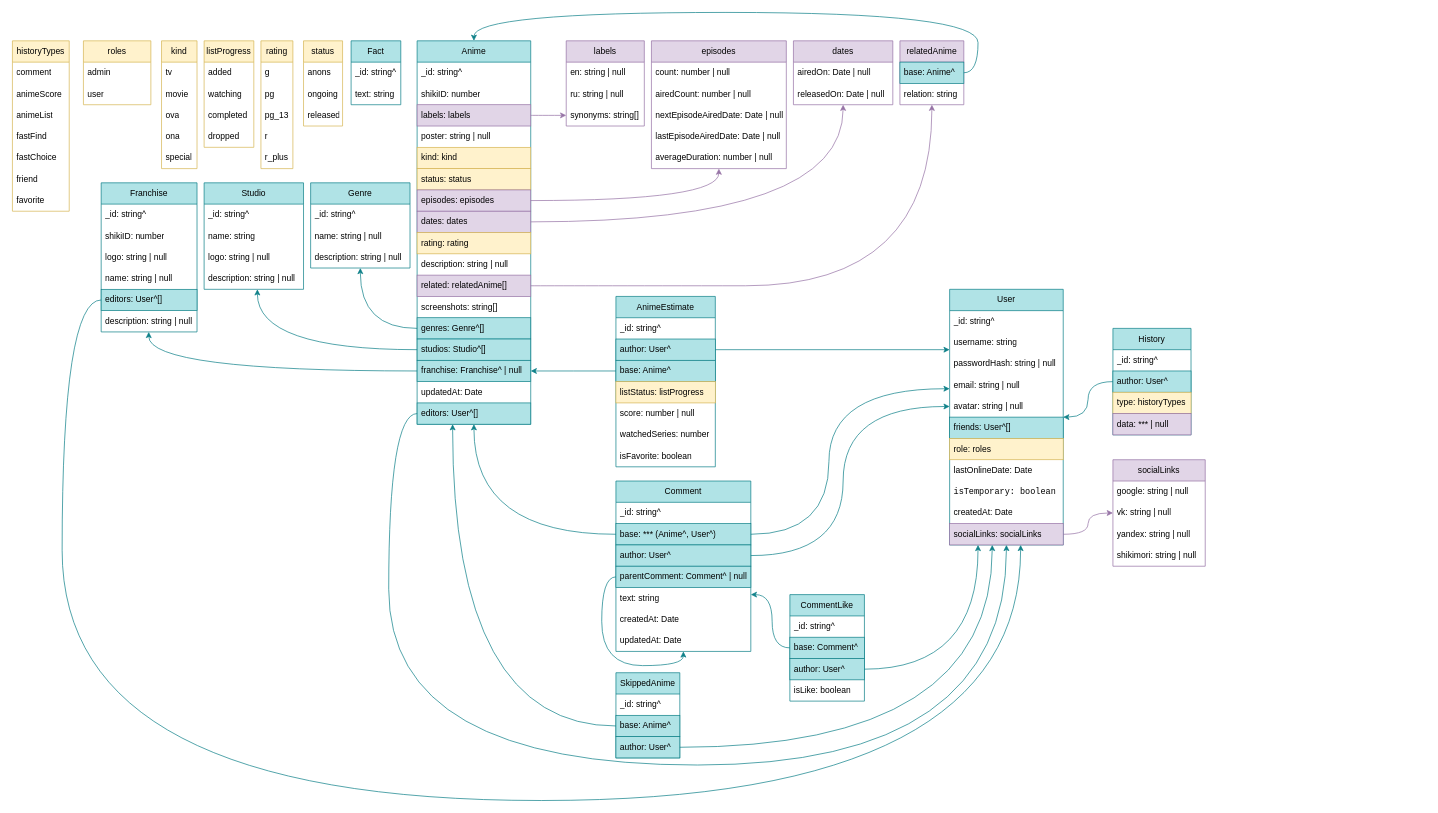
AmyGrooove/bisky-script keeps this draw.io diagram as public/biskyBD.drawio. Above is the earlier version. Source tidied: cells renumbered, new cells numbered last; positions are measured from the earlier drawing's top-left corner, leaving out a move shared by most shapes. Both pictures are drawn from the tidied source at 71%, with x=0, y=0 at pixel (12, 12).
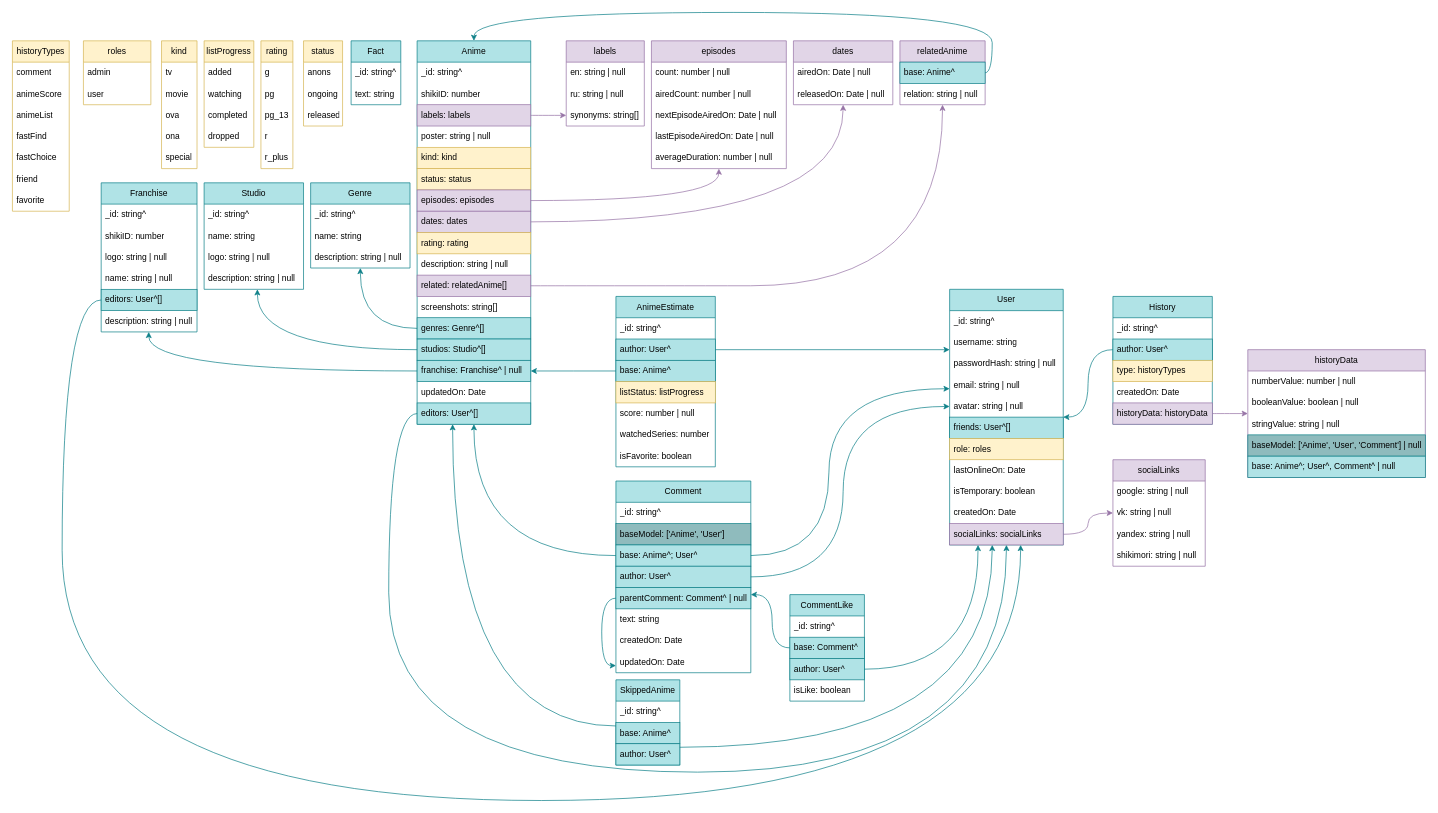
After the change.

The change refers to these unchanged cells:
```xml
<mxCell id="5" value="Genre" style="swimlane;fontStyle=0;horizontal=1;startSize=30;whiteSpace=wrap;html=1;fillColor=#b0e3e6;strokeColor=#0e8088;" parent="1" vertex="1">
  <mxGeometry x="420" y="240" width="140" height="120" as="geometry" />
</mxCell>
<mxCell id="30" value="Anime" style="swimlane;fontStyle=0;horizontal=1;startSize=30;whiteSpace=wrap;html=1;fillColor=#b0e3e6;strokeColor=#0e8088;" parent="1" vertex="1">
  <mxGeometry x="570" y="40" width="160" height="540" as="geometry" />
</mxCell>
<mxCell id="47" value="&lt;div style=&quot;text-align: center;&quot;&gt;&lt;span style=&quot;background-color: initial;&quot;&gt;editors: User^[]&lt;/span&gt;&lt;/div&gt;" style="text;strokeColor=#0e8088;fillColor=#b0e3e6;align=left;verticalAlign=middle;spacingLeft=4;spacingRight=4;overflow=hidden;points=[[0,0.5],[1,0.5]];portConstraint=eastwest;whiteSpace=wrap;html=1;" parent="30" vertex="1">
  <mxGeometry y="510" width="160" height="30" as="geometry" />
</mxCell>
<mxCell id="62" value="&lt;span style=&quot;text-align: left;&quot;&gt;episodes&lt;/span&gt;" style="swimlane;fontStyle=0;horizontal=1;startSize=30;whiteSpace=wrap;html=1;fillColor=#e1d5e7;strokeColor=#9673a6;" parent="1" vertex="1">
  <mxGeometry x="900" y="40" width="190" height="180" as="geometry" />
</mxCell>
<mxCell id="90" value="User" style="swimlane;fontStyle=0;horizontal=1;startSize=30;whiteSpace=wrap;html=1;fillColor=#b0e3e6;strokeColor=#0e8088;" parent="1" vertex="1">
  <mxGeometry x="1320" y="390" width="160" height="360" as="geometry" />
</mxCell>
```

Diff of the diagram source:
```diff
@@
-    <mxCell id="7" value="name: string | null" style="text;strokeColor=none;fillColor=none;align=left;verticalAlign=middle;spacingLeft=4;spacingRight=4;overflow=hidden;whiteSpace=wrap;html=1;" parent="5" vertex="1">
+    <mxCell id="7" value="name: string" style="text;strokeColor=none;fillColor=none;align=left;verticalAlign=middle;spacingLeft=4;spacingRight=4;overflow=hidden;whiteSpace=wrap;html=1;" parent="5" vertex="1">
       <mxGeometry y="60" width="140" height="30" as="geometry" />
     </mxCell>
@@
     <mxCell id="21" value="Comment" style="swimlane;fontStyle=0;horizontal=1;startSize=30;whiteSpace=wrap;html=1;fillColor=#b0e3e6;strokeColor=#0e8088;" parent="1" vertex="1">
-      <mxGeometry x="850" y="660" width="190" height="240" as="geometry" />
+      <mxGeometry x="850" y="660" width="190" height="270" as="geometry" />
     </mxCell>
@@
+    <mxCell id="156" value="&lt;div style=&quot;text-align: center;&quot;&gt;&lt;span style=&quot;background-color: initial;&quot;&gt;baseModel:&amp;nbsp;['Anime', 'User']&lt;/span&gt;&lt;/div&gt;" style="text;strokeColor=#0e8088;fillColor=light-dark(#8fbbbd, #103c3f);align=left;verticalAlign=middle;spacingLeft=4;spacingRight=4;overflow=hidden;whiteSpace=wrap;html=1;" parent="21" vertex="1">
+      <mxGeometry y="60" width="190" height="30" as="geometry" />
+    </mxCell>
-    <mxCell id="23" value="&lt;div style=&quot;text-align: center;&quot;&gt;&lt;span style=&quot;background-color: initial;&quot;&gt;base: *** (Anime^, User^)&lt;/span&gt;&lt;/div&gt;" style="text;strokeColor=#0e8088;fillColor=#b0e3e6;align=left;verticalAlign=middle;spacingLeft=4;spacingRight=4;overflow=hidden;points=[[0,0.5],[1,0.5]];portConstraint=eastwest;whiteSpace=wrap;html=1;" parent="21" vertex="1">
-      <mxGeometry y="60" width="190" height="30" as="geometry" />
+    <mxCell id="23" value="&lt;div style=&quot;text-align: center;&quot;&gt;&lt;span style=&quot;background-color: initial;&quot;&gt;base: Anime^; User^&lt;/span&gt;&lt;/div&gt;" style="text;strokeColor=#0e8088;fillColor=#b0e3e6;align=left;verticalAlign=middle;spacingLeft=4;spacingRight=4;overflow=hidden;points=[[0,0.5],[1,0.5]];portConstraint=eastwest;whiteSpace=wrap;html=1;" parent="21" vertex="1">
+      <mxGeometry y="90" width="190" height="30" as="geometry" />
     </mxCell>
     <mxCell id="24" value="&lt;div style=&quot;text-align: center;&quot;&gt;&lt;span style=&quot;background-color: initial;&quot;&gt;author: User^&lt;/span&gt;&lt;/div&gt;" style="text;strokeColor=#0e8088;fillColor=#b0e3e6;align=left;verticalAlign=middle;spacingLeft=4;spacingRight=4;overflow=hidden;points=[[0,0.5],[1,0.5]];portConstraint=eastwest;whiteSpace=wrap;html=1;" parent="21" vertex="1">
-      <mxGeometry y="90" width="190" height="30" as="geometry" />
+      <mxGeometry y="120" width="190" height="30" as="geometry" />
     </mxCell>
     <mxCell id="25" value="&lt;div style=&quot;text-align: center;&quot;&gt;&lt;span style=&quot;background-color: initial;&quot;&gt;parentComment: Comment^ | null&lt;/span&gt;&lt;/div&gt;" style="text;strokeColor=#0e8088;fillColor=#b0e3e6;align=left;verticalAlign=middle;spacingLeft=4;spacingRight=4;overflow=hidden;points=[[0,0.5],[1,0.5]];portConstraint=eastwest;whiteSpace=wrap;html=1;" parent="21" vertex="1">
-      <mxGeometry y="120" width="190" height="30" as="geometry" />
+      <mxGeometry y="150" width="190" height="30" as="geometry" />
     </mxCell>
     <mxCell id="26" value="&lt;div style=&quot;text-align: center;&quot;&gt;&lt;span style=&quot;background-color: initial;&quot;&gt;text: string&lt;/span&gt;&lt;/div&gt;" style="text;strokeColor=none;fillColor=none;align=left;verticalAlign=middle;spacingLeft=4;spacingRight=4;overflow=hidden;whiteSpace=wrap;html=1;" parent="21" vertex="1">
-      <mxGeometry y="150" width="190" height="30" as="geometry" />
+      <mxGeometry y="180" width="190" height="30" as="geometry" />
     </mxCell>
     <mxCell id="27" style="edgeStyle=orthogonalEdgeStyle;rounded=0;jettySize=auto;html=1;fillColor=#1ba1e2;strokeColor=#0E8088;curved=1;" parent="21" edge="1" source="25" target="21">
       <mxGeometry relative="1" as="geometry">
         <Array as="points">
-          <mxPoint x="-20" y="135" />
+          <mxPoint x="-20" y="165" />
           <mxPoint x="-20" y="260" />
-          <mxPoint x="95" y="260" />
         </Array>
       </mxGeometry>
     </mxCell>
-    <mxCell id="28" value="createdAt: Date" style="text;strokeColor=none;fillColor=none;align=left;verticalAlign=middle;spacingLeft=4;spacingRight=4;overflow=hidden;whiteSpace=wrap;html=1;" parent="21" vertex="1">
-      <mxGeometry y="180" width="190" height="30" as="geometry" />
+    <mxCell id="28" value="createdOn: Date" style="text;strokeColor=none;fillColor=none;align=left;verticalAlign=middle;spacingLeft=4;spacingRight=4;overflow=hidden;whiteSpace=wrap;html=1;" parent="21" vertex="1">
+      <mxGeometry y="210" width="190" height="30" as="geometry" />
     </mxCell>
-    <mxCell id="29" value="updatedAt: Date" style="text;strokeColor=none;fillColor=none;align=left;verticalAlign=middle;spacingLeft=4;spacingRight=4;overflow=hidden;whiteSpace=wrap;html=1;" parent="21" vertex="1">
-      <mxGeometry y="210" width="190" height="30" as="geometry" />
+    <mxCell id="29" value="updatedOn: Date" style="text;strokeColor=none;fillColor=none;align=left;verticalAlign=middle;spacingLeft=4;spacingRight=4;overflow=hidden;whiteSpace=wrap;html=1;" parent="21" vertex="1">
+      <mxGeometry y="240" width="190" height="30" as="geometry" />
     </mxCell>
@@
-    <mxCell id="46" value="updatedAt: Date" style="text;strokeColor=none;fillColor=none;align=left;verticalAlign=middle;spacingLeft=4;spacingRight=4;overflow=hidden;whiteSpace=wrap;html=1;" parent="30" vertex="1">
+    <mxCell id="46" value="updatedOn: Date" style="text;strokeColor=none;fillColor=none;align=left;verticalAlign=middle;spacingLeft=4;spacingRight=4;overflow=hidden;whiteSpace=wrap;html=1;" parent="30" vertex="1">
       <mxGeometry y="480" width="160" height="30" as="geometry" />
     </mxCell>
@@
-    <mxCell id="65" value="nextEpisodeAiredDate: Date | null" style="text;strokeColor=none;fillColor=none;align=left;verticalAlign=middle;spacingLeft=4;spacingRight=4;overflow=hidden;whiteSpace=wrap;html=1;" parent="62" vertex="1">
+    <mxCell id="65" value="nextEpisodeAiredOn: Date | null" style="text;strokeColor=none;fillColor=none;align=left;verticalAlign=middle;spacingLeft=4;spacingRight=4;overflow=hidden;whiteSpace=wrap;html=1;" parent="62" vertex="1">
       <mxGeometry y="90" width="190" height="30" as="geometry" />
     </mxCell>
-    <mxCell id="66" value="lastEpisodeAiredDate: Date | null" style="text;strokeColor=none;fillColor=none;align=left;verticalAlign=middle;spacingLeft=4;spacingRight=4;overflow=hidden;whiteSpace=wrap;html=1;" parent="62" vertex="1">
+    <mxCell id="66" value="lastEpisodeAiredOn: Date | null" style="text;strokeColor=none;fillColor=none;align=left;verticalAlign=middle;spacingLeft=4;spacingRight=4;overflow=hidden;whiteSpace=wrap;html=1;" parent="62" vertex="1">
       <mxGeometry y="120" width="190" height="30" as="geometry" />
     </mxCell>
@@
-    <mxCell id="98" value="lastOnlineDate: Date" style="text;strokeColor=none;fillColor=none;align=left;verticalAlign=middle;spacingLeft=4;spacingRight=4;overflow=hidden;whiteSpace=wrap;html=1;" parent="90" vertex="1">
+    <mxCell id="98" value="lastOnlineOn: Date" style="text;strokeColor=none;fillColor=none;align=left;verticalAlign=middle;spacingLeft=4;spacingRight=4;overflow=hidden;whiteSpace=wrap;html=1;" parent="90" vertex="1">
       <mxGeometry y="240" width="160" height="30" as="geometry" />
     </mxCell>
-    <mxCell id="99" value="&lt;code&gt;isTemporary: boolean&lt;/code&gt;" style="text;strokeColor=none;fillColor=none;align=left;verticalAlign=middle;spacingLeft=4;spacingRight=4;overflow=hidden;whiteSpace=wrap;html=1;" parent="90" vertex="1">
+    <mxCell id="99" value="isTemporary: boolean" style="text;strokeColor=none;fillColor=none;align=left;verticalAlign=middle;spacingLeft=4;spacingRight=4;overflow=hidden;whiteSpace=wrap;html=1;" parent="90" vertex="1">
       <mxGeometry y="270" width="160" height="30" as="geometry" />
     </mxCell>
-    <mxCell id="100" value="createdAt: Date" style="text;strokeColor=none;fillColor=none;align=left;verticalAlign=middle;spacingLeft=4;spacingRight=4;overflow=hidden;whiteSpace=wrap;html=1;" parent="90" vertex="1">
+    <mxCell id="100" value="createdOn: Date" style="text;strokeColor=none;fillColor=none;align=left;verticalAlign=middle;spacingLeft=4;spacingRight=4;overflow=hidden;whiteSpace=wrap;html=1;" parent="90" vertex="1">
       <mxGeometry y="300" width="160" height="30" as="geometry" />
     </mxCell>
@@
     <mxCell id="102" style="edgeStyle=orthogonalEdgeStyle;rounded=0;jettySize=auto;html=1;fillColor=#b0e3e6;strokeColor=#0e8088;curved=1;" parent="1" edge="1" source="24" target="90">
       <mxGeometry relative="1" as="geometry">
         <Array as="points">
-          <mxPoint x="1170" y="765" />
+          <mxPoint x="1170" y="795" />
           <mxPoint x="1170" y="555" />
         </Array>
       </mxGeometry>
     </mxCell>
@@
     <mxCell id="112" value="&lt;span style=&quot;text-align: left;&quot;&gt;relatedAnime&lt;/span&gt;" style="swimlane;fontStyle=0;horizontal=1;startSize=30;whiteSpace=wrap;html=1;fillColor=#e1d5e7;strokeColor=#9673a6;" parent="1" vertex="1">
-      <mxGeometry x="1250" y="40" width="90" height="90" as="geometry" />
+      <mxGeometry x="1250" y="40" width="120" height="90" as="geometry" />
     </mxCell>
     <mxCell id="113" value="&lt;div style=&quot;text-align: center;&quot;&gt;&lt;span style=&quot;background-color: initial;&quot;&gt;base: Anime^&lt;/span&gt;&lt;/div&gt;" style="text;strokeColor=#0E8088;fillColor=#b0e3e6;align=left;verticalAlign=middle;spacingLeft=4;spacingRight=4;overflow=hidden;points=[[0,0.5],[1,0.5]];portConstraint=eastwest;whiteSpace=wrap;html=1;" parent="112" vertex="1">
-      <mxGeometry y="30" width="90" height="30" as="geometry" />
+      <mxGeometry y="30" width="120" height="30" as="geometry" />
     </mxCell>
-    <mxCell id="114" value="relation:&amp;nbsp;&lt;span style=&quot;text-align: center;&quot;&gt;string&lt;/span&gt;" style="text;strokeColor=none;fillColor=none;align=left;verticalAlign=middle;spacingLeft=4;spacingRight=4;overflow=hidden;whiteSpace=wrap;html=1;" parent="112" vertex="1">
-      <mxGeometry y="60" width="90" height="30" as="geometry" />
+    <mxCell id="114" value="relation:&amp;nbsp;&lt;span style=&quot;text-align: center;&quot;&gt;string | null&lt;/span&gt;" style="text;strokeColor=none;fillColor=none;align=left;verticalAlign=middle;spacingLeft=4;spacingRight=4;overflow=hidden;whiteSpace=wrap;html=1;" parent="112" vertex="1">
+      <mxGeometry y="60" width="120" height="30" as="geometry" />
     </mxCell>
@@
     <mxCell id="126" value="SkippedAnime" style="swimlane;fontStyle=0;horizontal=1;startSize=30;whiteSpace=wrap;html=1;fillColor=#b0e3e6;strokeColor=#0e8088;" parent="1" vertex="1">
-      <mxGeometry x="850" y="930" width="90" height="120" as="geometry" />
+      <mxGeometry x="850" y="940" width="90" height="120" as="geometry" />
     </mxCell>
@@
     <mxCell id="138" value="History" style="swimlane;fontStyle=0;horizontal=1;startSize=30;whiteSpace=wrap;html=1;fillColor=#b0e3e6;strokeColor=#0e8088;" parent="1" vertex="1">
-      <mxGeometry x="1550" y="445" width="110" height="150" as="geometry" />
+      <mxGeometry x="1550" y="400" width="140" height="180" as="geometry" />
     </mxCell>
     <mxCell id="139" value="_id: string^" style="text;strokeColor=none;fillColor=none;align=left;verticalAlign=middle;spacingLeft=4;spacingRight=4;overflow=hidden;whiteSpace=wrap;html=1;" parent="138" vertex="1">
-      <mxGeometry y="30" width="110" height="30" as="geometry" />
+      <mxGeometry y="30" width="140" height="30" as="geometry" />
     </mxCell>
     <mxCell id="140" value="&lt;div style=&quot;text-align: center;&quot;&gt;&lt;span style=&quot;background-color: initial;&quot;&gt;author: User^&lt;/span&gt;&lt;/div&gt;" style="text;strokeColor=#0e8088;fillColor=#b0e3e6;align=left;verticalAlign=middle;spacingLeft=4;spacingRight=4;overflow=hidden;points=[[0,0.5],[1,0.5]];portConstraint=eastwest;whiteSpace=wrap;html=1;" parent="138" vertex="1">
-      <mxGeometry y="60" width="110" height="30" as="geometry" />
+      <mxGeometry y="60" width="140" height="30" as="geometry" />
     </mxCell>
     <mxCell id="141" value="type: historyTypes" style="text;strokeColor=#d6b656;fillColor=#fff2cc;align=left;verticalAlign=middle;spacingLeft=4;spacingRight=4;overflow=hidden;whiteSpace=wrap;html=1;" parent="138" vertex="1">
-      <mxGeometry y="90" width="110" height="30" as="geometry" />
+      <mxGeometry y="90" width="140" height="30" as="geometry" />
     </mxCell>
+    <mxCell id="157" value="createdOn: Date" style="text;strokeColor=none;fillColor=none;align=left;verticalAlign=middle;spacingLeft=4;spacingRight=4;overflow=hidden;whiteSpace=wrap;html=1;" parent="138" vertex="1">
+      <mxGeometry y="120" width="140" height="30" as="geometry" />
+    </mxCell>
-    <mxCell id="142" value="&lt;div style=&quot;text-align: center;&quot;&gt;&lt;span style=&quot;background-color: transparent; color: light-dark(rgb(0, 0, 0), rgb(255, 255, 255));&quot;&gt;data: *** | null&lt;/span&gt;&lt;/div&gt;" style="text;strokeColor=#9673a6;fillColor=#e1d5e7;align=left;verticalAlign=middle;spacingLeft=4;spacingRight=4;overflow=hidden;points=[[0,0.5],[1,0.5]];portConstraint=eastwest;whiteSpace=wrap;html=1;" parent="138" vertex="1">
-      <mxGeometry y="120" width="110" height="30" as="geometry" />
+    <mxCell id="142" value="&lt;div style=&quot;text-align: center;&quot;&gt;&lt;span style=&quot;background-color: transparent; color: light-dark(rgb(0, 0, 0), rgb(255, 255, 255));&quot;&gt;historyData&lt;/span&gt;&lt;span style=&quot;background-color: transparent; color: light-dark(rgb(0, 0, 0), rgb(255, 255, 255));&quot;&gt;: historyData&lt;/span&gt;&lt;/div&gt;" style="text;strokeColor=#9673a6;fillColor=#e1d5e7;align=left;verticalAlign=middle;spacingLeft=4;spacingRight=4;overflow=hidden;points=[[0,0.5],[1,0.5]];portConstraint=eastwest;whiteSpace=wrap;html=1;" parent="138" vertex="1">
+      <mxGeometry y="150" width="140" height="30" as="geometry" />
     </mxCell>
@@
     <mxCell id="152" style="edgeStyle=orthogonalEdgeStyle;rounded=0;jettySize=auto;html=1;curved=1;strokeColor=#0E8088;" parent="1" edge="1" source="23" target="90">
       <mxGeometry relative="1" as="geometry">
         <Array as="points">
-          <mxPoint x="1150" y="735" />
+          <mxPoint x="1150" y="765" />
           <mxPoint x="1150" y="530" />
         </Array>
       </mxGeometry>
     </mxCell>
     <mxCell id="153" style="edgeStyle=orthogonalEdgeStyle;rounded=0;jettySize=auto;html=1;strokeColor=#0E8088;curved=1;" parent="1" edge="1" source="47" target="90">
       <mxGeometry relative="1" as="geometry">
         <Array as="points">
           <mxPoint x="530" y="565" />
-          <mxPoint x="530" y="1060" />
-          <mxPoint x="1400" y="1060" />
+          <mxPoint x="530" y="1070" />
+          <mxPoint x="1400" y="1070" />
         </Array>
       </mxGeometry>
     </mxCell>
@@
     <mxCell id="155" style="edgeStyle=orthogonalEdgeStyle;rounded=0;jettySize=auto;html=1;curved=1;strokeColor=#0E8088;" parent="1" edge="1" source="113" target="30">
       <mxGeometry relative="1" as="geometry">
         <Array as="points">
-          <mxPoint x="1360" y="85" />
-          <mxPoint x="1360" />
+          <mxPoint x="1380" y="85" />
+          <mxPoint x="1380" />
           <mxPoint x="650" />
         </Array>
       </mxGeometry>
     </mxCell>
+    <mxCell id="158" value="historyData" style="swimlane;fontStyle=0;horizontal=1;startSize=30;whiteSpace=wrap;html=1;fillColor=#e1d5e7;strokeColor=#9673a6;" parent="1" vertex="1">
+      <mxGeometry x="1740" y="475" width="250" height="180" as="geometry" />
+    </mxCell>
+    <mxCell id="159" value="numberValue: number | null" style="text;strokeColor=none;fillColor=none;align=left;verticalAlign=middle;spacingLeft=4;spacingRight=4;overflow=hidden;whiteSpace=wrap;html=1;" parent="158" vertex="1">
+      <mxGeometry y="30" width="250" height="30" as="geometry" />
+    </mxCell>
+    <mxCell id="160" value="booleanValue: boolean | null" style="text;strokeColor=none;fillColor=none;align=left;verticalAlign=middle;spacingLeft=4;spacingRight=4;overflow=hidden;whiteSpace=wrap;html=1;" parent="158" vertex="1">
+      <mxGeometry y="60" width="250" height="30" as="geometry" />
+    </mxCell>
+    <mxCell id="161" value="stringValue: string | null" style="text;strokeColor=none;fillColor=none;align=left;verticalAlign=middle;spacingLeft=4;spacingRight=4;overflow=hidden;whiteSpace=wrap;html=1;" parent="158" vertex="1">
+      <mxGeometry y="90" width="250" height="30" as="geometry" />
+    </mxCell>
+    <mxCell id="162" value="&lt;div style=&quot;text-align: center;&quot;&gt;&lt;span style=&quot;background-color: initial;&quot;&gt;baseModel:&amp;nbsp;['Anime', 'User', 'Comment'] | null&lt;/span&gt;&lt;/div&gt;" style="text;strokeColor=#0e8088;fillColor=light-dark(#8fbbbd, #103c3f);align=left;verticalAlign=middle;spacingLeft=4;spacingRight=4;overflow=hidden;whiteSpace=wrap;html=1;" parent="158" vertex="1">
+      <mxGeometry y="120" width="250" height="30" as="geometry" />
+    </mxCell>
+    <mxCell id="163" value="&lt;div style=&quot;text-align: center;&quot;&gt;&lt;span style=&quot;background-color: initial;&quot;&gt;base: Anime^; User^, Comment^&lt;/span&gt;&lt;span style=&quot;background-color: transparent; color: light-dark(rgb(0, 0, 0), rgb(255, 255, 255));&quot;&gt;&amp;nbsp;&lt;/span&gt;&lt;span style=&quot;background-color: transparent; color: light-dark(rgb(0, 0, 0), rgb(255, 255, 255));&quot;&gt;| null&lt;/span&gt;&lt;/div&gt;" style="text;strokeColor=#0e8088;fillColor=#b0e3e6;align=left;verticalAlign=middle;spacingLeft=4;spacingRight=4;overflow=hidden;whiteSpace=wrap;html=1;" parent="158" vertex="1">
+      <mxGeometry y="150" width="250" height="30" as="geometry" />
+    </mxCell>
+    <mxCell id="164" style="edgeStyle=orthogonalEdgeStyle;rounded=0;jettySize=auto;html=1;curved=1;strokeColor=#9673A6;" parent="1" edge="1" source="142" target="158">
+      <mxGeometry relative="1" as="geometry" />
+    </mxCell>
```
